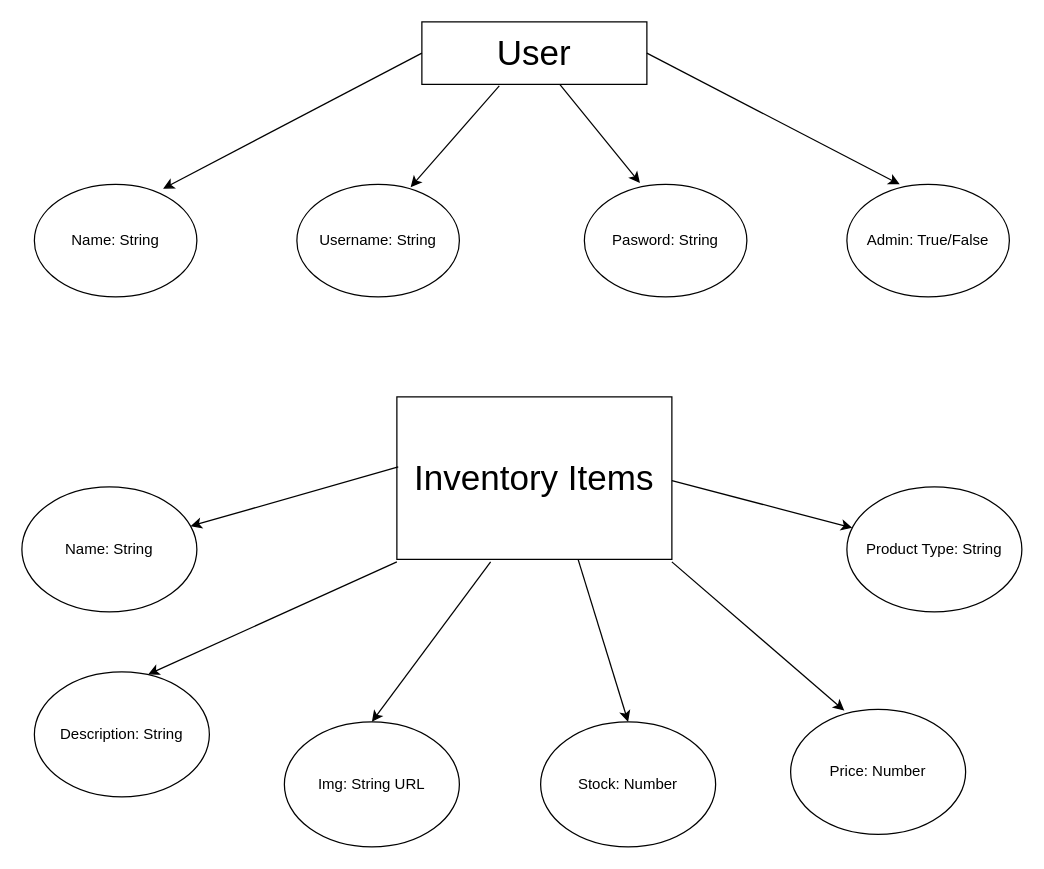
Above: ERD.drawio in dazeyb/OutdoorGearSite (draw.io), before the change. Source tidied: cells renumbered, new cells numbered last; positions are measured from the earlier drawing's top-left corner, leaving out a move shared by most shapes. Both pictures are drawn from the tidied source at 125%, with x=0, y=0 at pixel (21, 21).
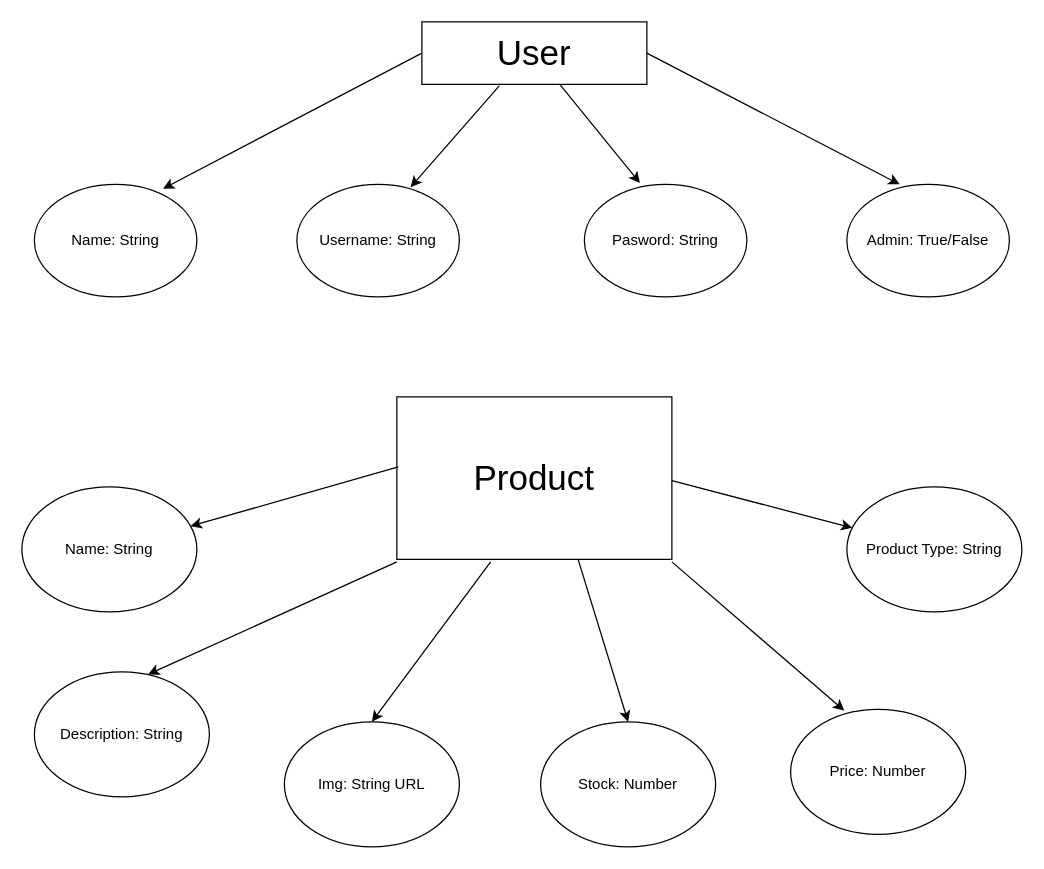
After the change.

Commit message (it also covers changes not shown here):
Built out rough models for User and Product

Diff of the diagram source:
```diff
@@
-    <mxCell id="3" value="&lt;font style=&quot;font-size: 28px&quot;&gt;Inventory Items&lt;/font&gt;" style="rounded=0;whiteSpace=wrap;html=1;" parent="1" vertex="1">
+    <mxCell id="3" value="&lt;font style=&quot;font-size: 28px&quot;&gt;Product&lt;/font&gt;" style="rounded=0;whiteSpace=wrap;html=1;" parent="1" vertex="1">
       <mxGeometry x="300" y="300" width="220" height="130" as="geometry" />
     </mxCell>
```
